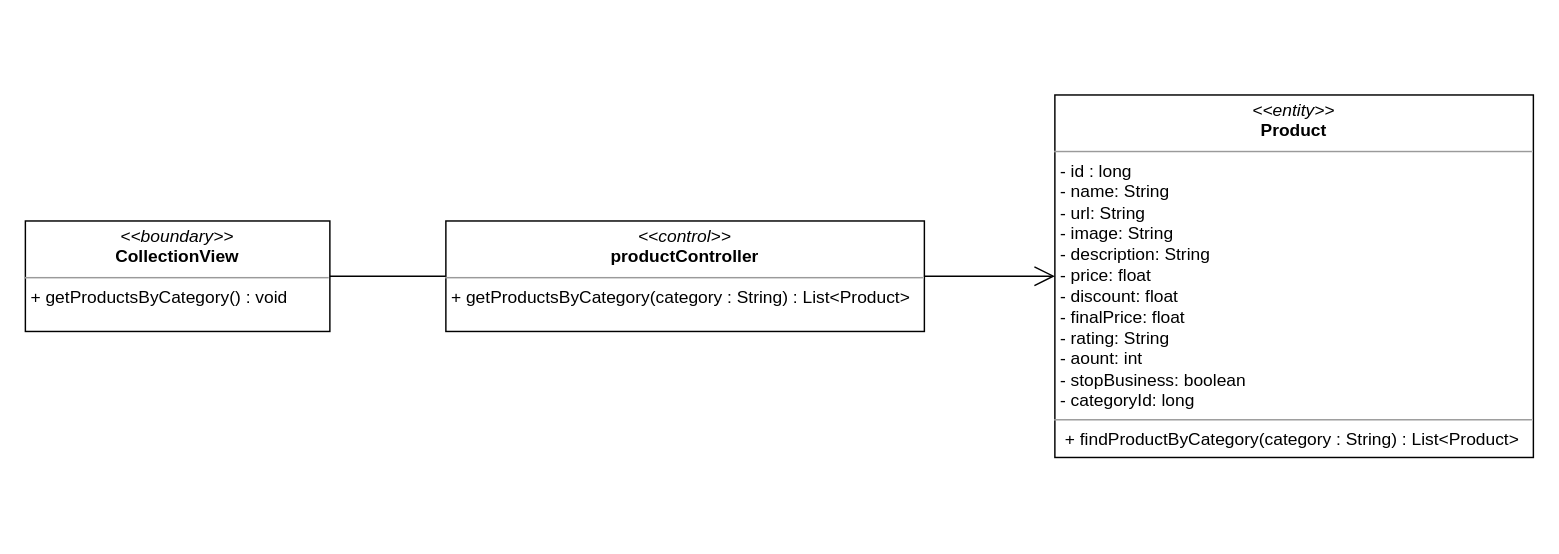
nguyenphamvan/datn_20202 keeps this draw.io diagram as class diagram/get-product-by-category-class-digram.drawio. Above is the earlier version. Source tidied: cells renumbered, new cells numbered last; positions are measured from the earlier drawing's top-left corner, leaving out a move shared by most shapes. Both pictures are drawn from the tidied source at 145%, with x=0, y=0 at pixel (25, 94).
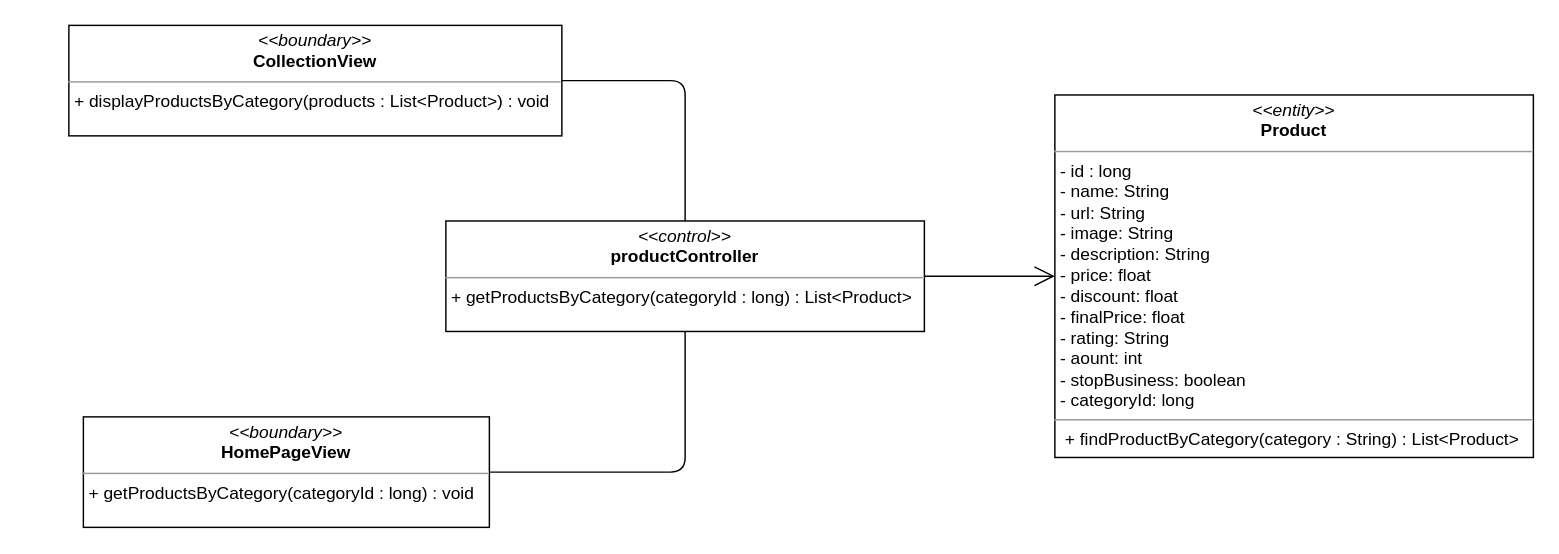
The same page after the edit.

The edit, as a diff of the source:
```diff
@@
 <mxGraphModel>
   <root>
     <mxCell id="0" />
     <mxCell id="1" parent="0" />
-    <mxCell id="2" value="&lt;p style=&quot;margin: 0px ; margin-top: 4px ; text-align: center&quot;&gt;&lt;i&gt;&amp;lt;&amp;lt;boundary&amp;gt;&amp;gt;&lt;/i&gt;&lt;br&gt;&lt;b&gt;CollectionView&lt;/b&gt;&lt;/p&gt;&lt;hr size=&quot;1&quot;&gt;&lt;p style=&quot;margin: 0px ; margin-left: 4px&quot;&gt;&lt;span&gt;+ getProductsByCategory() : void&lt;/span&gt;&lt;br&gt;&lt;/p&gt;" style="verticalAlign=top;align=left;overflow=fill;fontSize=12;fontFamily=Helvetica;html=1;" parent="1" vertex="1">
-      <mxGeometry y="86.9" width="210" height="76.2" as="geometry" />
+    <mxCell id="2" value="&lt;p style=&quot;margin: 0px ; margin-top: 4px ; text-align: center&quot;&gt;&lt;i&gt;&amp;lt;&amp;lt;boundary&amp;gt;&amp;gt;&lt;/i&gt;&lt;br&gt;&lt;b&gt;CollectionView&lt;/b&gt;&lt;/p&gt;&lt;hr size=&quot;1&quot;&gt;&lt;p style=&quot;margin: 0px ; margin-left: 4px&quot;&gt;&lt;span&gt;+ displayProductsByCategory(products : List&amp;lt;Product&amp;gt;) : void&lt;/span&gt;&lt;br&gt;&lt;/p&gt;" style="verticalAlign=top;align=left;overflow=fill;fontSize=12;fontFamily=Helvetica;html=1;" parent="1" vertex="1">
+      <mxGeometry x="30" y="-48" width="340" height="76.2" as="geometry" />
     </mxCell>
     <mxCell id="3" style="endArrow=none;html=1;edgeStyle=orthogonalEdgeStyle;exitX=1;exitY=0.5;exitDx=0;exitDy=0;" parent="1" edge="1" source="2" target="6">
       <mxGeometry relative="1" as="geometry" />
     </mxCell>
     <mxCell id="4" value="&lt;p style=&quot;margin: 0px ; margin-top: 4px ; text-align: center&quot;&gt;&lt;i&gt;&amp;lt;&amp;lt;entity&amp;gt;&amp;gt;&lt;/i&gt;&lt;br&gt;&lt;b&gt;Product&lt;/b&gt;&lt;/p&gt;&lt;hr size=&quot;1&quot;&gt;&lt;p style=&quot;margin: 0px ; margin-left: 4px&quot;&gt;- id : long&lt;/p&gt;&lt;p style=&quot;margin: 0px ; margin-left: 4px&quot;&gt;- name: String&lt;br&gt;- url: String&lt;/p&gt;&lt;p style=&quot;margin: 0px ; margin-left: 4px&quot;&gt;- image: String&lt;/p&gt;&lt;p style=&quot;margin: 0px ; margin-left: 4px&quot;&gt;- description: String&lt;/p&gt;&lt;p style=&quot;margin: 0px ; margin-left: 4px&quot;&gt;- price: float&lt;/p&gt;&lt;p style=&quot;margin: 0px ; margin-left: 4px&quot;&gt;- discount: float&lt;/p&gt;&lt;p style=&quot;margin: 0px ; margin-left: 4px&quot;&gt;- finalPrice: float&lt;/p&gt;&lt;p style=&quot;margin: 0px ; margin-left: 4px&quot;&gt;- rating: String&lt;/p&gt;&lt;p style=&quot;margin: 0px ; margin-left: 4px&quot;&gt;- aount: int&lt;/p&gt;&lt;p style=&quot;margin: 0px ; margin-left: 4px&quot;&gt;- stopBusiness: boolean&lt;/p&gt;&lt;p style=&quot;margin: 0px ; margin-left: 4px&quot;&gt;- categoryId: long&lt;/p&gt;&lt;hr size=&quot;1&quot;&gt;&lt;p style=&quot;margin: 0px ; margin-left: 4px&quot;&gt;&amp;nbsp;+ findProductByCategory(category : String) : List&amp;lt;Product&amp;gt;&lt;/p&gt;" style="verticalAlign=top;align=left;overflow=fill;fontSize=12;fontFamily=Helvetica;html=1;" parent="1" vertex="1">
       <mxGeometry x="710" width="330" height="250" as="geometry" />
     </mxCell>
     <mxCell id="5" style="endArrow=open;endFill=1;endSize=12;html=1;" parent="1" edge="1" source="6" target="4">
       <mxGeometry relative="1" as="geometry" />
     </mxCell>
-    <mxCell id="6" value="&lt;p style=&quot;margin: 0px ; margin-top: 4px ; text-align: center&quot;&gt;&lt;i&gt;&amp;lt;&amp;lt;control&amp;gt;&amp;gt;&lt;/i&gt;&lt;br&gt;&lt;b&gt;productController&lt;/b&gt;&lt;/p&gt;&lt;hr size=&quot;1&quot;&gt;&lt;p style=&quot;margin: 0px ; margin-left: 4px&quot;&gt;&lt;span&gt;+ getProductsByCategory(category : String) : List&amp;lt;Product&amp;gt;&lt;/span&gt;&lt;br&gt;&lt;/p&gt;" style="verticalAlign=top;align=left;overflow=fill;fontSize=12;fontFamily=Helvetica;html=1;" parent="1" vertex="1">
+    <mxCell id="6" value="&lt;p style=&quot;margin: 0px ; margin-top: 4px ; text-align: center&quot;&gt;&lt;i&gt;&amp;lt;&amp;lt;control&amp;gt;&amp;gt;&lt;/i&gt;&lt;br&gt;&lt;b&gt;productController&lt;/b&gt;&lt;/p&gt;&lt;hr size=&quot;1&quot;&gt;&lt;p style=&quot;margin: 0px ; margin-left: 4px&quot;&gt;&lt;span&gt;+ getProductsByCategory(categoryId : long) : List&amp;lt;Product&amp;gt;&lt;/span&gt;&lt;br&gt;&lt;/p&gt;" style="verticalAlign=top;align=left;overflow=fill;fontSize=12;fontFamily=Helvetica;html=1;" parent="1" vertex="1">
       <mxGeometry x="290" y="86.9" width="330" height="76.2" as="geometry" />
     </mxCell>
+    <mxCell id="7" value="&lt;p style=&quot;margin: 0px ; margin-top: 4px ; text-align: center&quot;&gt;&lt;i&gt;&amp;lt;&amp;lt;boundary&amp;gt;&amp;gt;&lt;/i&gt;&lt;br&gt;&lt;b&gt;HomePageView&lt;/b&gt;&lt;/p&gt;&lt;hr size=&quot;1&quot;&gt;&lt;p style=&quot;margin: 0px ; margin-left: 4px&quot;&gt;&lt;span&gt;+ getProductsByCategory(categoryId : long) : void&lt;/span&gt;&lt;/p&gt;" style="verticalAlign=top;align=left;overflow=fill;fontSize=12;fontFamily=Helvetica;html=1;" parent="1" vertex="1">
+      <mxGeometry x="40" y="222" width="280" height="76.2" as="geometry" />
+    </mxCell>
+    <mxCell id="8" style="endArrow=none;html=1;edgeStyle=orthogonalEdgeStyle;exitX=1;exitY=0.5;exitDx=0;exitDy=0;" parent="1" edge="1" source="7" target="6">
+      <mxGeometry relative="1" as="geometry" />
+    </mxCell>
   </root>
 </mxGraphModel>
```
